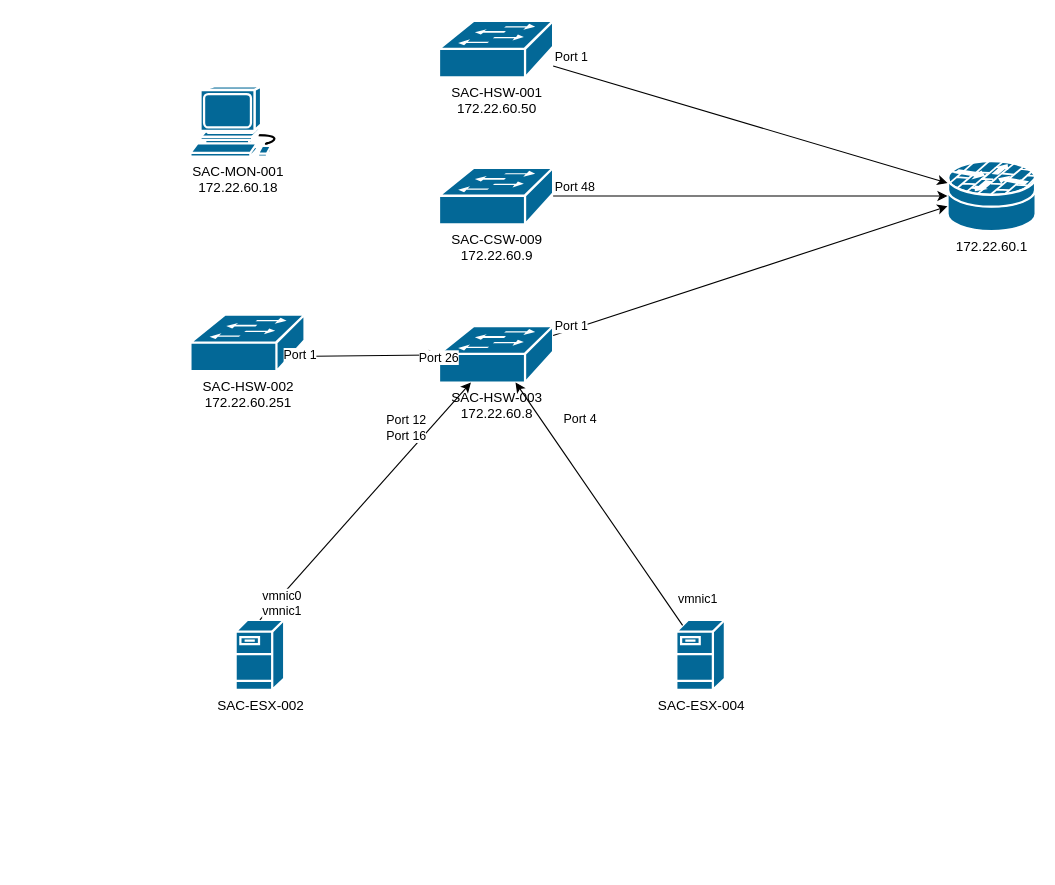
The draw.io diagram .github/Untitled Diagram.drawio in nhackl/Draw.io, before the edit. Source tidied: cells renumbered, new cells numbered last; positions are measured from the earlier drawing's top-left corner, leaving out a move shared by most shapes. Both pictures are drawn from the tidied source at 113%, with x=0, y=0 at pixel (190, 20).
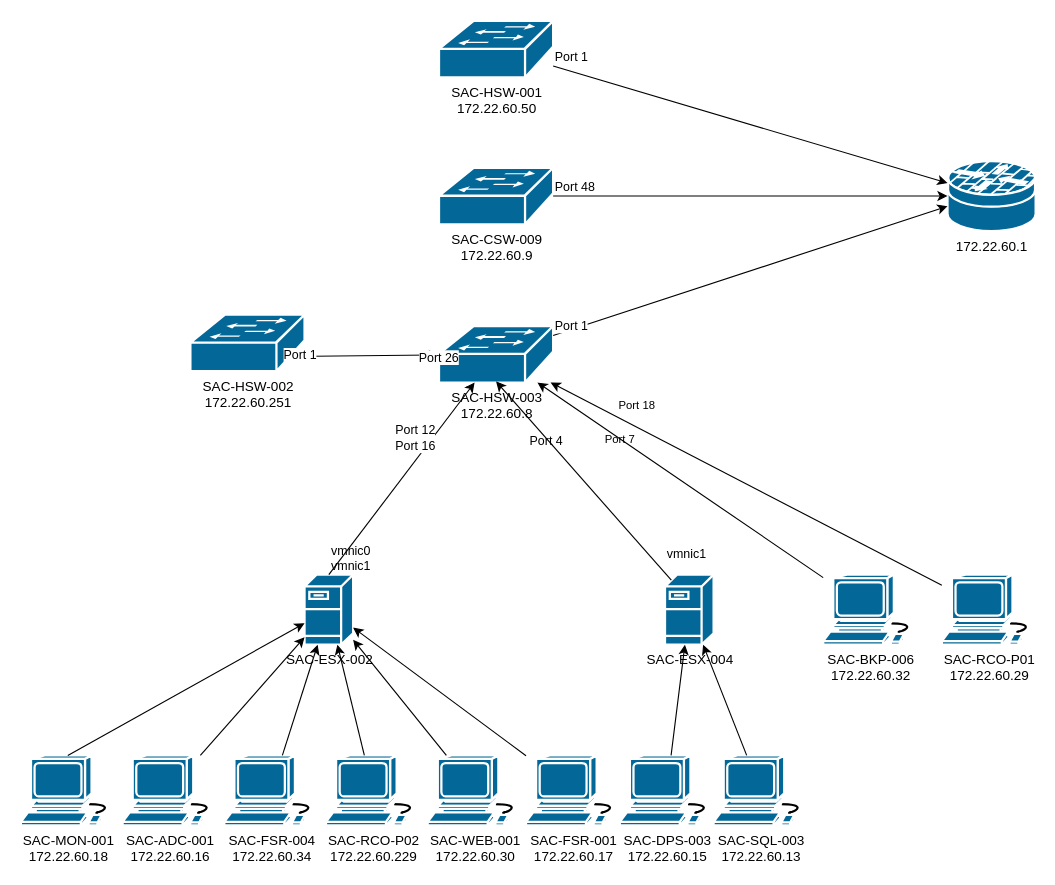
After the change.

The change refers to these unchanged cells:
```xml
<mxCell id="5" value="SAC-HSW-003&lt;br&gt;172.22.60.8" style="shape=mxgraph.cisco.switches.workgroup_switch;sketch=0;html=1;dashed=0;fillColor=#036897;strokeColor=#ffffff;strokeWidth=2;verticalLabelPosition=bottom;verticalAlign=top;align=center;outlineConnect=0;" parent="1" vertex="1">
  <mxGeometry x="220" y="270" width="101" height="50" as="geometry" />
</mxCell>
<mxCell id="19" style="endArrow=classic;html=1;rounded=0;exitX=0.5;exitY=0;exitDx=0;exitDy=0;exitPerimeter=0;" parent="1" edge="1" source="17" target="5">
  <mxGeometry relative="1" as="geometry" />
</mxCell>
```

Diff of the diagram source:
```diff
@@
-    <mxCell id="14" value="SAC-MON-001&lt;br&gt;172.22.60.18" style="shape=mxgraph.cisco.computers_and_peripherals.workstation;sketch=0;html=1;dashed=0;fillColor=#036897;strokeColor=#ffffff;strokeWidth=2;verticalLabelPosition=bottom;verticalAlign=top;align=center;outlineConnect=0;" parent="1" vertex="1">
-      <mxGeometry y="58" width="83" height="62" as="geometry" />
+    <mxCell id="14" value="SAC-MON-001&lt;br&gt;172.22.60.18" style="shape=mxgraph.cisco.computers_and_peripherals.workstation;sketch=0;html=1;dashed=0;fillColor=#036897;strokeColor=#ffffff;strokeWidth=2;verticalLabelPosition=bottom;verticalAlign=top;align=center;outlineConnect=0;labelBackgroundColor=none;" parent="1" vertex="1">
+      <mxGeometry x="-150" y="650" width="83" height="62" as="geometry" />
     </mxCell>
@@
-    <mxCell id="17" value="SAC-ESX-002&lt;br&gt;" style="shape=mxgraph.cisco.servers.fileserver;sketch=0;html=1;dashed=0;fillColor=#036897;strokeColor=#ffffff;strokeWidth=2;verticalLabelPosition=bottom;verticalAlign=top;align=center;outlineConnect=0;" parent="1" vertex="1">
-      <mxGeometry x="40" y="530" width="43" height="62" as="geometry" />
+    <mxCell id="17" value="SAC-ESX-002&lt;br&gt;" style="shape=mxgraph.cisco.servers.fileserver;sketch=0;html=1;dashed=0;fillColor=#036897;strokeColor=#ffffff;strokeWidth=2;verticalLabelPosition=bottom;verticalAlign=top;align=center;outlineConnect=0;labelBackgroundColor=none;" parent="1" vertex="1">
+      <mxGeometry x="101" y="490" width="43" height="62" as="geometry" />
     </mxCell>
-    <mxCell id="18" value="SAC-ESX-004" style="shape=mxgraph.cisco.servers.fileserver;sketch=0;html=1;dashed=0;fillColor=#036897;strokeColor=#ffffff;strokeWidth=2;verticalLabelPosition=bottom;verticalAlign=top;align=center;outlineConnect=0;" parent="1" vertex="1">
-      <mxGeometry x="430" y="530" width="43" height="62" as="geometry" />
+    <mxCell id="18" value="SAC-ESX-004" style="shape=mxgraph.cisco.servers.fileserver;sketch=0;html=1;dashed=0;fillColor=#036897;strokeColor=#ffffff;strokeWidth=2;verticalLabelPosition=bottom;verticalAlign=top;align=center;outlineConnect=0;labelBackgroundColor=none;" parent="1" vertex="1">
+      <mxGeometry x="420" y="490" width="43" height="62" as="geometry" />
     </mxCell>
@@
-    <mxCell id="20" value="vmnic0&lt;br&gt;vmnic1" style="edgeLabel;html=1;align=left;verticalAlign=bottom;" parent="19" vertex="1">
+    <mxCell id="20" value="vmnic0&lt;br&gt;vmnic1" style="edgeLabel;html=1;align=left;verticalAlign=bottom;labelBackgroundColor=none;" parent="19" vertex="1">
       <mxGeometry x="-1" relative="1" as="geometry" />
     </mxCell>
     <mxCell id="21" value="Port 4" style="edgeLabel;html=1;align=right;verticalAlign=bottom;" parent="19" vertex="1">
       <mxGeometry x="1" relative="1" as="geometry">
-        <mxPoint x="112" y="40" as="offset" />
+        <mxPoint x="79" y="60" as="offset" />
       </mxGeometry>
     </mxCell>
-    <mxCell id="22" style="endArrow=classic;html=1;rounded=0;exitX=0.13;exitY=0.08;exitDx=0;exitDy=0;exitPerimeter=0;" parent="1" edge="1" source="18" target="5">
+    <mxCell id="22" style="endArrow=classic;html=1;rounded=0;exitX=0.13;exitY=0.08;exitDx=0;exitDy=0;exitPerimeter=0;entryX=0.5;entryY=0.98;entryDx=0;entryDy=0;entryPerimeter=0;" parent="1" edge="1" source="18" target="5">
       <mxGeometry relative="1" as="geometry" />
     </mxCell>
-    <mxCell id="23" value="vmnic1" style="edgeLabel;html=1;align=left;verticalAlign=bottom;" parent="22" vertex="1">
+    <mxCell id="23" value="vmnic1" style="edgeLabel;html=1;align=left;verticalAlign=bottom;labelBackgroundColor=none;" parent="22" vertex="1">
       <mxGeometry x="-1" relative="1" as="geometry">
         <mxPoint x="-6" y="-15" as="offset" />
       </mxGeometry>
     </mxCell>
     <mxCell id="24" value="Port 12&lt;br&gt;Port 16" style="edgeLabel;html=1;align=center;verticalAlign=middle;" parent="22" vertex="1">
       <mxGeometry x="0.71" y="1" relative="1" as="geometry">
-        <mxPoint x="-118" y="8" as="offset" />
+        <mxPoint x="-93" y="24" as="offset" />
       </mxGeometry>
     </mxCell>
+    <mxCell id="25" value="SAC-ADC-001&lt;br&gt;172.22.60.16" style="shape=mxgraph.cisco.computers_and_peripherals.workstation;sketch=0;html=1;dashed=0;fillColor=#036897;strokeColor=#ffffff;strokeWidth=2;verticalLabelPosition=bottom;verticalAlign=top;align=center;outlineConnect=0;labelBackgroundColor=none;" parent="1" vertex="1">
+      <mxGeometry x="-60" y="650" width="83" height="62" as="geometry" />
+    </mxCell>
+    <mxCell id="26" value="SAC-FSR-004&lt;br&gt;172.22.60.34" style="shape=mxgraph.cisco.computers_and_peripherals.workstation;sketch=0;html=1;dashed=0;fillColor=#036897;strokeColor=#ffffff;strokeWidth=2;verticalLabelPosition=bottom;verticalAlign=top;align=center;outlineConnect=0;labelBackgroundColor=none;" parent="1" vertex="1">
+      <mxGeometry x="30" y="650" width="83" height="62" as="geometry" />
+    </mxCell>
+    <mxCell id="27" value="SAC-RCO-P02&lt;br&gt;172.22.60.229" style="shape=mxgraph.cisco.computers_and_peripherals.workstation;sketch=0;html=1;dashed=0;fillColor=#036897;strokeColor=#ffffff;strokeWidth=2;verticalLabelPosition=bottom;verticalAlign=top;align=center;outlineConnect=0;labelBackgroundColor=none;" parent="1" vertex="1">
+      <mxGeometry x="120" y="650" width="83" height="62" as="geometry" />
+    </mxCell>
+    <mxCell id="28" value="SAC-WEB-001&lt;br&gt;172.22.60.30" style="shape=mxgraph.cisco.computers_and_peripherals.workstation;sketch=0;html=1;dashed=0;fillColor=#036897;strokeColor=#ffffff;strokeWidth=2;verticalLabelPosition=bottom;verticalAlign=top;align=center;outlineConnect=0;labelBackgroundColor=none;" parent="1" vertex="1">
+      <mxGeometry x="210" y="650" width="83" height="62" as="geometry" />
+    </mxCell>
+    <mxCell id="29" value="SAC-DPS-003&lt;br&gt;172.22.60.15" style="shape=mxgraph.cisco.computers_and_peripherals.workstation;sketch=0;html=1;dashed=0;fillColor=#036897;strokeColor=#ffffff;strokeWidth=2;verticalLabelPosition=bottom;verticalAlign=top;align=center;outlineConnect=0;labelBackgroundColor=none;" parent="1" vertex="1">
+      <mxGeometry x="380" y="650" width="83" height="62" as="geometry" />
+    </mxCell>
+    <mxCell id="30" value="SAC-SQL-003&lt;br&gt;172.22.60.13" style="shape=mxgraph.cisco.computers_and_peripherals.workstation;sketch=0;html=1;dashed=0;fillColor=#036897;strokeColor=#ffffff;strokeWidth=2;verticalLabelPosition=bottom;verticalAlign=top;align=center;outlineConnect=0;labelBackgroundColor=none;" parent="1" vertex="1">
+      <mxGeometry x="463" y="650" width="83" height="62" as="geometry" />
+    </mxCell>
+    <mxCell id="31" value="SAC-FSR-001&lt;br&gt;172.22.60.17" style="shape=mxgraph.cisco.computers_and_peripherals.workstation;sketch=0;html=1;dashed=0;fillColor=#036897;strokeColor=#ffffff;strokeWidth=2;verticalLabelPosition=bottom;verticalAlign=top;align=center;outlineConnect=0;labelBackgroundColor=none;" parent="1" vertex="1">
+      <mxGeometry x="297" y="650" width="83" height="62" as="geometry" />
+    </mxCell>
+    <mxCell id="32" style="endArrow=classic;html=1;rounded=0;exitX=0.5;exitY=0;exitDx=0;exitDy=0;exitPerimeter=0;labelBackgroundColor=none;" parent="1" edge="1" source="14" target="17">
+      <mxGeometry relative="1" as="geometry" />
+    </mxCell>
+    <mxCell id="33" style="endArrow=classic;html=1;rounded=0;labelBackgroundColor=none;" parent="1" edge="1" source="25" target="17">
+      <mxGeometry relative="1" as="geometry" />
+    </mxCell>
+    <mxCell id="34" style="endArrow=classic;html=1;rounded=0;labelBackgroundColor=none;" parent="1" edge="1" source="27" target="17">
+      <mxGeometry relative="1" as="geometry" />
+    </mxCell>
+    <mxCell id="35" style="endArrow=classic;html=1;rounded=0;labelBackgroundColor=none;" parent="1" edge="1" source="28" target="17">
+      <mxGeometry relative="1" as="geometry" />
+    </mxCell>
+    <mxCell id="36" style="endArrow=classic;html=1;rounded=0;labelBackgroundColor=none;" parent="1" edge="1" source="26" target="17">
+      <mxGeometry relative="1" as="geometry" />
+    </mxCell>
+    <mxCell id="37" style="endArrow=classic;html=1;rounded=0;labelBackgroundColor=none;" parent="1" edge="1" source="31" target="17">
+      <mxGeometry relative="1" as="geometry" />
+    </mxCell>
+    <mxCell id="38" style="endArrow=classic;html=1;rounded=0;labelBackgroundColor=none;" parent="1" edge="1" source="30" target="18">
+      <mxGeometry relative="1" as="geometry" />
+    </mxCell>
+    <mxCell id="39" style="endArrow=classic;html=1;rounded=0;labelBackgroundColor=none;" parent="1" edge="1" source="29" target="18">
+      <mxGeometry relative="1" as="geometry" />
+    </mxCell>
+    <mxCell id="40" value="SAC-BKP-006&lt;br&gt;172.22.60.32" style="shape=mxgraph.cisco.computers_and_peripherals.workstation;sketch=0;html=1;dashed=0;fillColor=#036897;strokeColor=#ffffff;strokeWidth=2;verticalLabelPosition=bottom;verticalAlign=top;align=center;outlineConnect=0;labelBackgroundColor=none;" parent="1" vertex="1">
+      <mxGeometry x="560" y="490" width="83" height="62" as="geometry" />
+    </mxCell>
+    <mxCell id="41" style="endArrow=classic;html=1;rounded=0;labelBackgroundColor=none;" parent="1" edge="1" source="40" target="5">
+      <mxGeometry relative="1" as="geometry" />
+    </mxCell>
+    <mxCell id="42" value="&lt;font style=&quot;font-size: 10px&quot;&gt;Port 7&lt;/font&gt;" style="text;html=1;align=center;verticalAlign=middle;strokeColor=none;fillColor=none;" parent="1" vertex="1">
+      <mxGeometry x="360" y="360" width="40" height="20" as="geometry" />
+    </mxCell>
+    <mxCell id="43" value="SAC-RCO-P01&lt;br&gt;172.22.60.29" style="shape=mxgraph.cisco.computers_and_peripherals.workstation;sketch=0;html=1;dashed=0;fillColor=#036897;strokeColor=#ffffff;strokeWidth=2;verticalLabelPosition=bottom;verticalAlign=top;align=center;outlineConnect=0;labelBackgroundColor=none;" parent="1" vertex="1">
+      <mxGeometry x="665" y="490" width="83" height="62" as="geometry" />
+    </mxCell>
+    <mxCell id="44" style="endArrow=classic;html=1;rounded=0;labelBackgroundColor=none;fontSize=10;" parent="1" edge="1" source="43" target="5">
+      <mxGeometry relative="1" as="geometry" />
+    </mxCell>
+    <mxCell id="45" value="Port 18" style="text;html=1;align=center;verticalAlign=middle;strokeColor=none;fillColor=none;fontSize=10;" parent="1" vertex="1">
+      <mxGeometry x="370" y="330" width="50" height="20" as="geometry" />
+    </mxCell>
```
